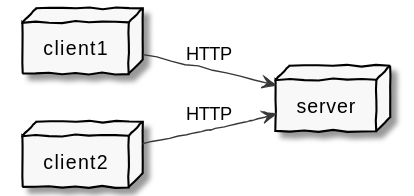
sorcererxw/talks keeps this PlantUML diagram as 2021-12-20-from-http-to-grpc/assets/step1.svg. Above is the earlier version.
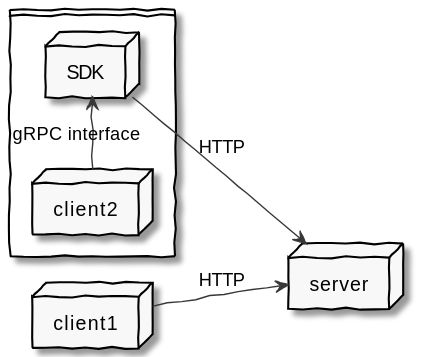
Later version of the same file.

Diff of the diagram source:
```diff
@@ -5,10 +5,14 @@
 left to right direction
 
 node client1
-node client2
+card {
+  node client2
+  node SDK
+}
 node server
 
 client1-->server : HTTP
-client2-->server : HTTP
+client2->SDK: gRPC interface
+SDK-->server : HTTP
 
 @enduml
```
